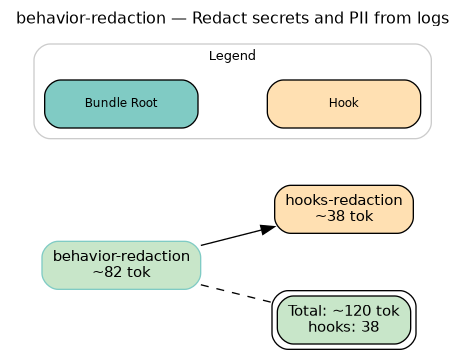
microsoft/amplifier-foundation keeps this Graphviz diagram as behaviors/redaction.png. Above is the earlier version. Its source is kept beside it as behaviors/redaction.dot. Its diagram source:
```dot
digraph behavior_redaction {
    rankdir=LR
    fontname="Helvetica"
    fontsize=12
    label="behavior-redaction — Redact secrets and PII from logs"
    labelloc=t
    labeljust=c
    compound=true
    nodesep=0.6
    ranksep=0.7
    bgcolor="white"
    source_hash="6bac2401a9a70510b095ba4e3f45b5d1cb9044d8202a0320797f26e200cf8322"

    node [fontname="Helvetica", fontsize=11, style="filled,rounded"]
    edge [fontname="Helvetica", fontsize=9]

    root [label="behavior-redaction\n~82 tok", shape=box, fillcolor="#c8e6c9", style="filled,rounded", color="#80cbc4"]
    hook_hooks_redaction [label="hooks-redaction\n~38 tok", shape=box, fillcolor="#ffe0b2", style="filled,rounded"]
    summary [label="Total: ~120 tok\nhooks: 38", shape=box, fillcolor="#c8e6c9", style="filled,rounded", peripheries=2]

    root -> hook_hooks_redaction
    root -> summary [style=dashed, arrowhead=none]

    subgraph cluster_legend {
        label="Legend"
        style="filled,rounded"
        fillcolor="white"
        color="#cccccc"
        fontsize=10
        node [shape=box, fontsize=9, width=1.6]
        leg_root [label="Bundle Root", shape=box, fillcolor="#80cbc4", style="filled,rounded"]
        leg_hook [label="Hook", shape=box, fillcolor="#ffe0b2", style="filled,rounded"]
        leg_root -> leg_hook [style=invis]
    }
}
```
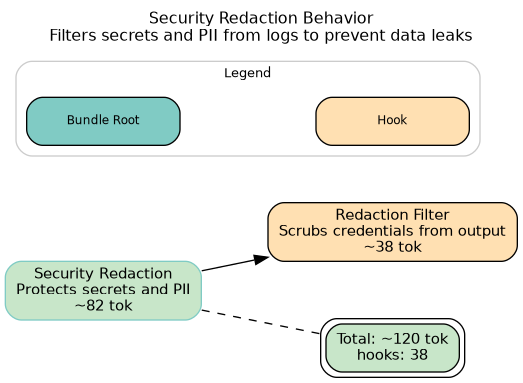
Above is the later version.

What changed in the source:
```diff
@@ -2,7 +2,7 @@
     rankdir=LR
     fontname="Helvetica"
     fontsize=12
-    label="behavior-redaction — Redact secrets and PII from logs"
+    label="Security Redaction Behavior\nFilters secrets and PII from logs to prevent data leaks"
     labelloc=t
     labeljust=c
     compound=true
@@ -14,8 +14,8 @@
     node [fontname="Helvetica", fontsize=11, style="filled,rounded"]
     edge [fontname="Helvetica", fontsize=9]
 
-    root [label="behavior-redaction\n~82 tok", shape=box, fillcolor="#c8e6c9", style="filled,rounded", color="#80cbc4"]
-    hook_hooks_redaction [label="hooks-redaction\n~38 tok", shape=box, fillcolor="#ffe0b2", style="filled,rounded"]
+    root [label="Security Redaction\nProtects secrets and PII\n~82 tok", shape=box, fillcolor="#c8e6c9", style="filled,rounded", color="#80cbc4"]
+    hook_hooks_redaction [label="Redaction Filter\nScrubs credentials from output\n~38 tok", shape=box, fillcolor="#ffe0b2", style="filled,rounded"]
     summary [label="Total: ~120 tok\nhooks: 38", shape=box, fillcolor="#c8e6c9", style="filled,rounded", peripheries=2]
 
     root -> hook_hooks_redaction
```
